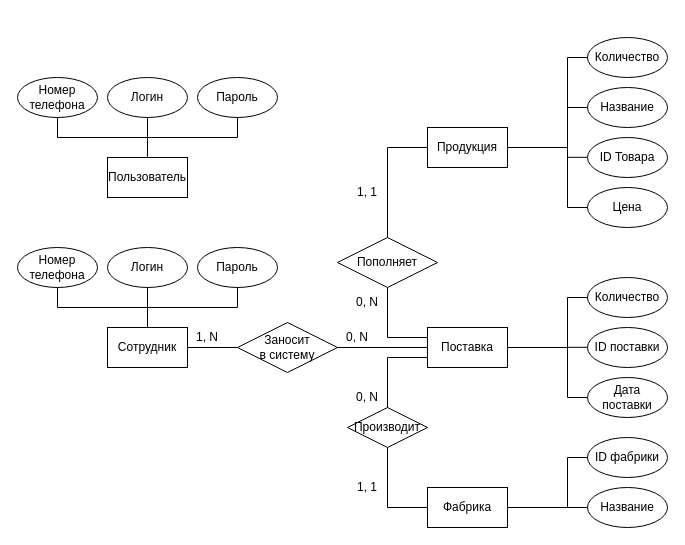
Before: КМПО V2.0.drawio in marsek4/ssp, a draw.io diagram. Source tidied: cells renumbered, new cells numbered last; positions are measured from the earlier drawing's top-left corner, leaving out a move shared by most shapes. Both pictures are drawn from the tidied source at 100%, with x=0, y=0 at pixel (17, 37).
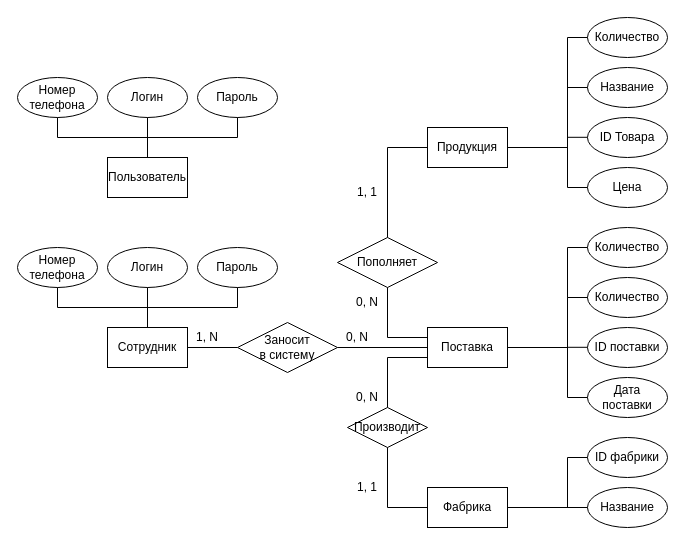
After the change.

Diff of the diagram source:
```diff
@@
     <mxCell id="22" value="Название" style="ellipse;whiteSpace=wrap;html=1;" parent="1" vertex="1">
-      <mxGeometry x="570" y="50" width="80" height="40" as="geometry" />
+      <mxGeometry x="570" y="30" width="80" height="40" as="geometry" />
     </mxCell>
     <mxCell id="23" value="ID Товара" style="ellipse;whiteSpace=wrap;html=1;" parent="1" vertex="1">
-      <mxGeometry x="570" y="100" width="80" height="40" as="geometry" />
+      <mxGeometry x="570" y="80" width="80" height="40" as="geometry" />
     </mxCell>
     <mxCell id="24" value="Цена" style="ellipse;whiteSpace=wrap;html=1;" parent="1" vertex="1">
-      <mxGeometry x="570" y="150" width="80" height="40" as="geometry" />
+      <mxGeometry x="570" y="130" width="80" height="40" as="geometry" />
     </mxCell>
     <mxCell id="25" value="Количество" style="ellipse;whiteSpace=wrap;html=1;" parent="1" vertex="1">
-      <mxGeometry x="570" width="80" height="40" as="geometry" />
+      <mxGeometry x="570" y="-20" width="80" height="40" as="geometry" />
     </mxCell>
     <mxCell id="26" style="endArrow=none;html=1;rounded=0;exitX=0;exitY=0.5;exitDx=0;exitDy=0;entryX=0;entryY=0.5;entryDx=0;entryDy=0;" parent="1" edge="1" source="24" target="25">
       <mxGeometry relative="1" as="geometry">
         <Array as="points">
-          <mxPoint x="550" y="170" />
-          <mxPoint x="550" y="20" />
+          <mxPoint x="550" y="150" />
+          <mxPoint x="550" />
         </Array>
       </mxGeometry>
     </mxCell>
     <mxCell id="27" style="endArrow=none;html=1;rounded=0;exitX=0;exitY=0.5;exitDx=0;exitDy=0;" parent="1" edge="1" source="22">
       <mxGeometry relative="1" as="geometry">
-        <mxPoint x="550" y="70" as="targetPoint" />
+        <mxPoint x="550" y="50" as="targetPoint" />
       </mxGeometry>
     </mxCell>
     <mxCell id="28" style="endArrow=none;html=1;rounded=0;exitX=0;exitY=0.5;exitDx=0;exitDy=0;" parent="1" edge="1">
       <mxGeometry relative="1" as="geometry">
-        <mxPoint x="570" y="119.8" as="sourcePoint" />
-        <mxPoint x="550" y="119.8" as="targetPoint" />
+        <mxPoint x="570" y="99.8" as="sourcePoint" />
+        <mxPoint x="550" y="99.8" as="targetPoint" />
       </mxGeometry>
     </mxCell>
@@
+    <mxCell id="51" value="Количество" style="ellipse;whiteSpace=wrap;html=1;" parent="1" vertex="1">
+      <mxGeometry x="570" y="190" width="80" height="40" as="geometry" />
+    </mxCell>
+    <mxCell id="52" style="endArrow=none;html=1;rounded=0;entryX=0;entryY=0.5;entryDx=0;entryDy=0;" parent="1" edge="1" target="51">
+      <mxGeometry relative="1" as="geometry">
+        <mxPoint x="550" y="260" as="sourcePoint" />
+        <Array as="points">
+          <mxPoint x="550" y="210" />
+        </Array>
+      </mxGeometry>
+    </mxCell>
```
